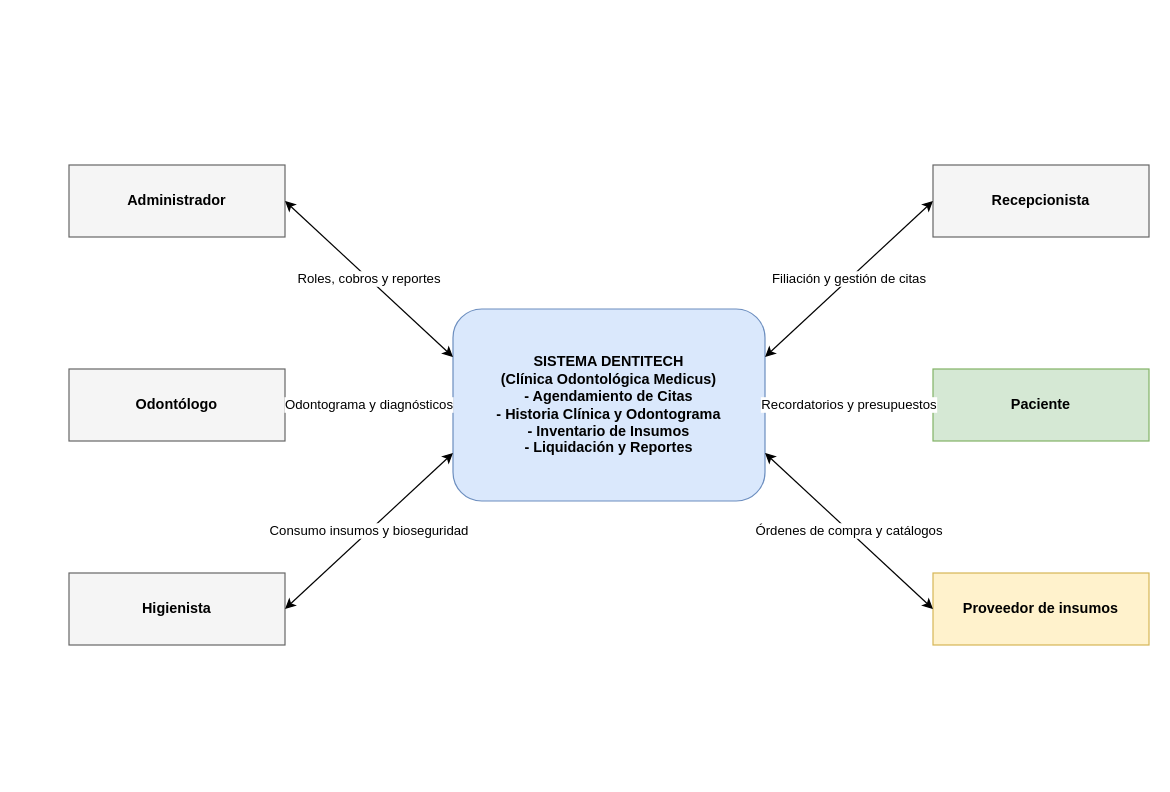
The draw.io diagram PFC/E1/modelos/diagrama_contexto.drawio in kcontrerasc3-cloud/DentiTech, before the edit. Source tidied: cells renumbered, new cells numbered last; positions are measured from the earlier drawing's top-left corner, leaving out a move shared by most shapes. Both pictures are drawn from the tidied source at 120%, with x=0, y=0 at pixel (68, 164).
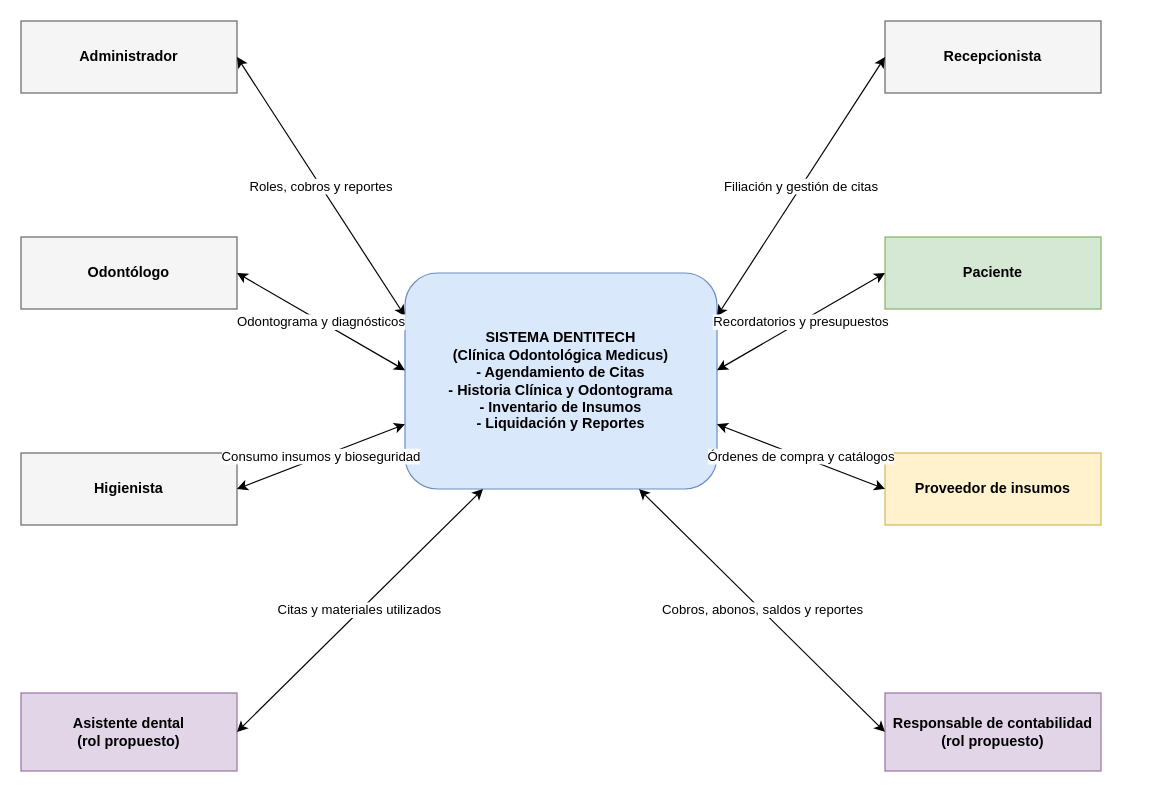
The same diagram, later.

Commit message:
fix(E1): actualizar context diagram-interes a ocho actores.

Change to the diagram source:
```diff
@@
 <mxGraphModel>
   <root>
     <mxCell id="0" />
     <mxCell id="1" parent="0" />
     <mxCell id="2" value="SISTEMA DENTITECH&#10;(Clínica Odontológica Medicus)&#10;- Agendamiento de Citas&#10;- Historia Clínica y Odontograma&#10;- Inventario de Insumos&#10;- Liquidación y Reportes" style="rounded=1;whiteSpace=wrap;html=1;fillColor=#dae8fc;strokeColor=#6c8ebf;fontStyle=1;fontSize=12;" parent="1" vertex="1">
-      <mxGeometry x="320" y="120" width="260" height="160" as="geometry" />
+      <mxGeometry x="280" y="90" width="260" height="180" as="geometry" />
     </mxCell>
     <mxCell id="3" value="Administrador" style="rounded=0;whiteSpace=wrap;html=1;fillColor=#f5f5f5;strokeColor=#666666;fontStyle=1;" parent="1" vertex="1">
-      <mxGeometry width="180" height="60" as="geometry" />
+      <mxGeometry x="-40" y="-120" width="180" height="60" as="geometry" />
     </mxCell>
     <mxCell id="4" value="Odontólogo" style="rounded=0;whiteSpace=wrap;html=1;fillColor=#f5f5f5;strokeColor=#666666;fontStyle=1;" parent="1" vertex="1">
-      <mxGeometry y="170" width="180" height="60" as="geometry" />
+      <mxGeometry x="-40" y="60" width="180" height="60" as="geometry" />
     </mxCell>
     <mxCell id="5" value="Higienista" style="rounded=0;whiteSpace=wrap;html=1;fillColor=#f5f5f5;strokeColor=#666666;fontStyle=1;" parent="1" vertex="1">
-      <mxGeometry y="340" width="180" height="60" as="geometry" />
+      <mxGeometry x="-40" y="240" width="180" height="60" as="geometry" />
     </mxCell>
     <mxCell id="6" value="Recepcionista" style="rounded=0;whiteSpace=wrap;html=1;fillColor=#f5f5f5;strokeColor=#666666;fontStyle=1;" parent="1" vertex="1">
-      <mxGeometry x="720" width="180" height="60" as="geometry" />
+      <mxGeometry x="680" y="-120" width="180" height="60" as="geometry" />
     </mxCell>
     <mxCell id="7" value="Paciente" style="rounded=0;whiteSpace=wrap;html=1;fillColor=#d5e8d4;strokeColor=#82b366;fontStyle=1;" parent="1" vertex="1">
-      <mxGeometry x="720" y="170" width="180" height="60" as="geometry" />
+      <mxGeometry x="680" y="60" width="180" height="60" as="geometry" />
     </mxCell>
     <mxCell id="8" value="Proveedor de insumos" style="rounded=0;whiteSpace=wrap;html=1;fillColor=#fff2cc;strokeColor=#d6b656;fontStyle=1;" parent="1" vertex="1">
-      <mxGeometry x="720" y="340" width="180" height="60" as="geometry" />
+      <mxGeometry x="680" y="240" width="180" height="60" as="geometry" />
     </mxCell>
+    <mxCell id="15" value="Asistente dental&#10;(rol propuesto)" style="rounded=0;whiteSpace=wrap;html=1;fillColor=#e1d5e7;strokeColor=#9673a6;fontStyle=1;" parent="1" vertex="1">
+      <mxGeometry x="-40" y="440" width="180" height="65" as="geometry" />
+    </mxCell>
+    <mxCell id="16" value="Responsable de contabilidad&#10;(rol propuesto)" style="rounded=0;whiteSpace=wrap;html=1;fillColor=#e1d5e7;strokeColor=#9673a6;fontStyle=1;" parent="1" vertex="1">
+      <mxGeometry x="680" y="440" width="180" height="65" as="geometry" />
+    </mxCell>
-    <mxCell id="9" value="Roles, cobros y reportes" style="endArrow=classic;startArrow=classic;html=1;exitX=1;exitY=0.5;entryX=0;entryY=0.25;" parent="1" edge="1" source="3" target="2">
+    <mxCell id="9" value="Roles, cobros y reportes" style="endArrow=classic;startArrow=classic;html=1;exitX=1;exitY=0.5;entryX=0;entryY=0.2;" parent="1" edge="1" source="3" target="2">
       <mxGeometry relative="1" as="geometry" />
     </mxCell>
-    <mxCell id="10" value="Odontograma y diagnósticos" style="endArrow=classic;startArrow=classic;html=1;exitX=1;exitY=0.5;entryX=0;entryY=0.5;" parent="1" edge="1" source="4" target="2">
+    <mxCell id="10" value="Odontograma y diagnósticos" style="endArrow=classic;startArrow=classic;html=1;exitX=1;exitY=0.5;entryX=0;entryY=0.45;" parent="1" edge="1" source="4" target="2">
       <mxGeometry relative="1" as="geometry" />
     </mxCell>
-    <mxCell id="11" value="Consumo insumos y bioseguridad" style="endArrow=classic;startArrow=classic;html=1;exitX=1;exitY=0.5;entryX=0;entryY=0.75;" parent="1" edge="1" source="5" target="2">
+    <mxCell id="11" value="Consumo insumos y bioseguridad" style="endArrow=classic;startArrow=classic;html=1;exitX=1;exitY=0.5;entryX=0;entryY=0.7;" parent="1" edge="1" source="5" target="2">
       <mxGeometry relative="1" as="geometry" />
     </mxCell>
-    <mxCell id="12" value="Filiación y gestión de citas" style="endArrow=classic;startArrow=classic;html=1;exitX=0;exitY=0.5;entryX=1;entryY=0.25;" parent="1" edge="1" source="6" target="2">
+    <mxCell id="12" value="Filiación y gestión de citas" style="endArrow=classic;startArrow=classic;html=1;exitX=0;exitY=0.5;entryX=1;entryY=0.2;" parent="1" edge="1" source="6" target="2">
       <mxGeometry relative="1" as="geometry" />
     </mxCell>
-    <mxCell id="13" value="Recordatorios y presupuestos" style="endArrow=classic;startArrow=classic;html=1;exitX=0;exitY=0.5;entryX=1;entryY=0.5;" parent="1" edge="1" source="7" target="2">
+    <mxCell id="13" value="Recordatorios y presupuestos" style="endArrow=classic;startArrow=classic;html=1;exitX=0;exitY=0.5;entryX=1;entryY=0.45;" parent="1" edge="1" source="7" target="2">
       <mxGeometry relative="1" as="geometry" />
     </mxCell>
-    <mxCell id="14" value="Órdenes de compra y catálogos" style="endArrow=classic;startArrow=classic;html=1;exitX=0;exitY=0.5;entryX=1;entryY=0.75;" parent="1" edge="1" source="8" target="2">
+    <mxCell id="14" value="Órdenes de compra y catálogos" style="endArrow=classic;startArrow=classic;html=1;exitX=0;exitY=0.5;entryX=1;entryY=0.7;" parent="1" edge="1" source="8" target="2">
       <mxGeometry relative="1" as="geometry" />
     </mxCell>
+    <mxCell id="17" value="Citas y materiales utilizados" style="endArrow=classic;startArrow=classic;html=1;exitX=1;exitY=0.5;entryX=0.25;entryY=1;" parent="1" edge="1" source="15" target="2">
+      <mxGeometry relative="1" as="geometry" />
+    </mxCell>
+    <mxCell id="18" value="Cobros, abonos, saldos y reportes" style="endArrow=classic;startArrow=classic;html=1;exitX=0;exitY=0.5;entryX=0.75;entryY=1;" parent="1" edge="1" source="16" target="2">
+      <mxGeometry relative="1" as="geometry" />
+    </mxCell>
   </root>
 </mxGraphModel>
```
